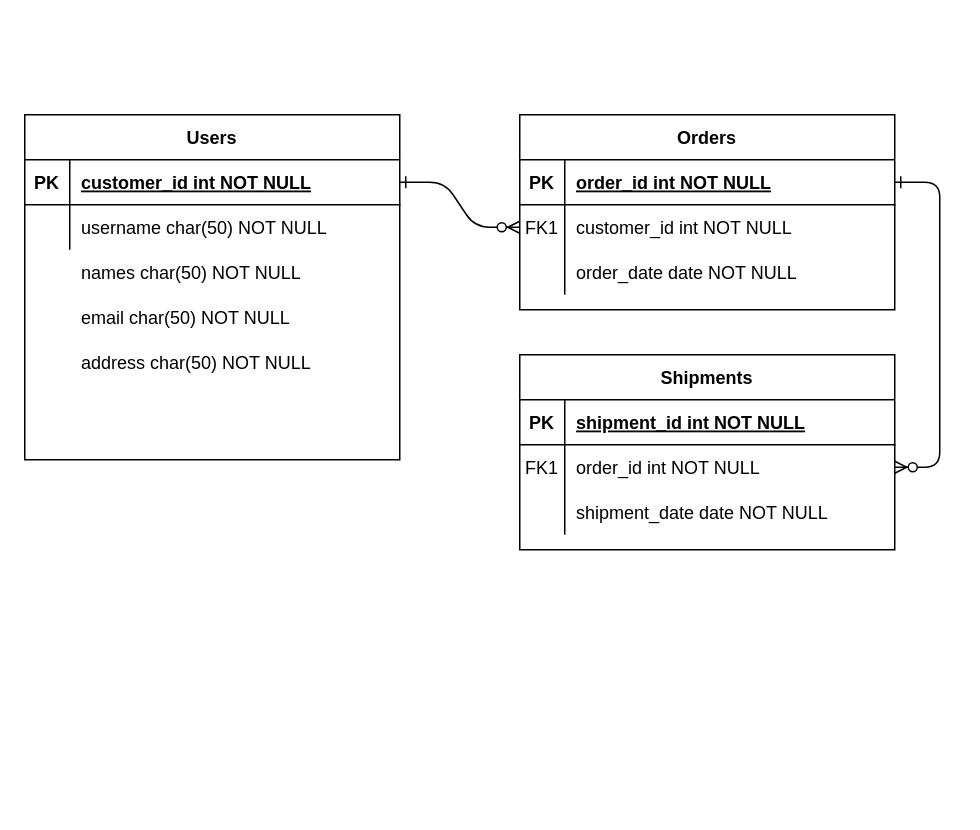
Earlier version of the draw.io diagram models/Untitled Diagram.drawio (alejomartinez8/delilah-resto-api). Source tidied: cells renumbered, new cells numbered last; positions are measured from the earlier drawing's top-left corner, leaving out a move shared by most shapes. Both pictures are drawn from the tidied source at 150%, with x=0, y=0 at pixel (24, 114).
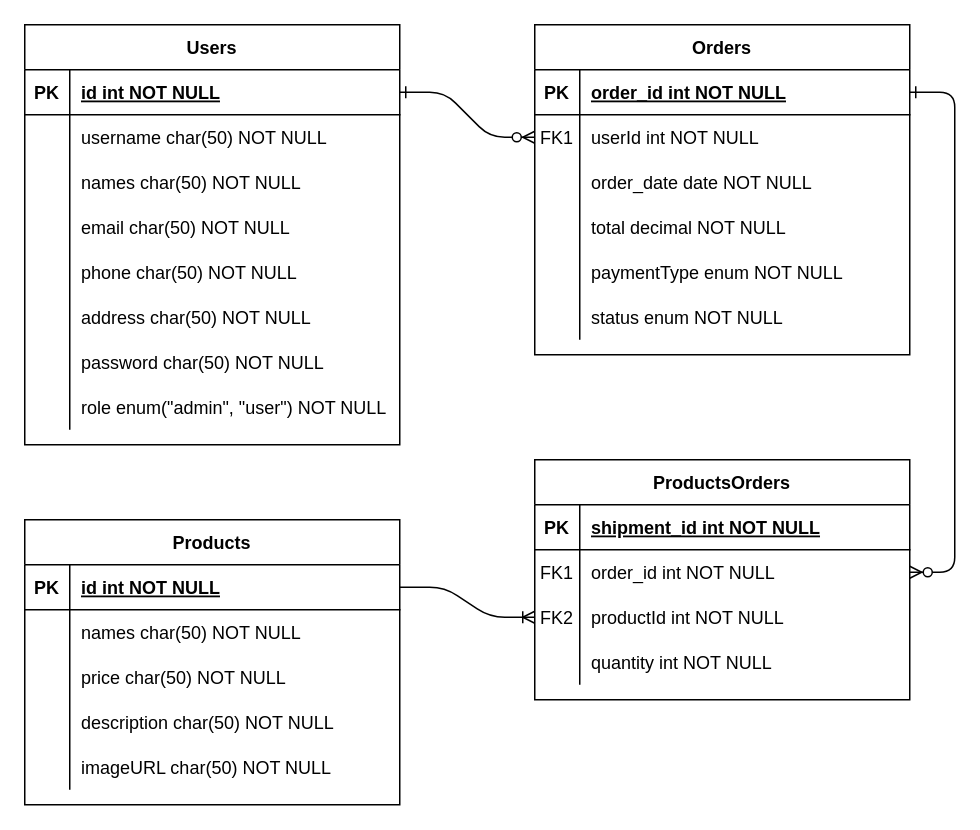
Above is the later version.

Unchanged cells that the change refers to:
```xml
<mxCell id="8" style="shape=partialRectangle;fillColor=none;points=[[0,0.5],[1,0.5]];portConstraint=eastwest;top=0;left=0;right=0;bottom=0;" parent="4" vertex="1">
  <mxGeometry y="60" width="250" height="30" as="geometry" />
</mxCell>
<mxCell id="21" style="shape=partialRectangle;fillColor=none;points=[[0,0.5],[1,0.5]];portConstraint=eastwest;top=0;left=0;right=0;bottom=0;" parent="14" vertex="1">
  <mxGeometry y="90" width="250" height="30" as="geometry" />
</mxCell>
<mxCell id="25" style="shape=partialRectangle;fillColor=none;points=[[0,0.5],[1,0.5]];portConstraint=eastwest;top=0;left=0;right=0;bottom=1;" parent="24" vertex="1">
  <mxGeometry y="30" width="250" height="30" as="geometry" />
</mxCell>
```

The edit, as a diff of the source:
```diff
@@
     <mxCell id="4" value="Orders" style="shape=table;startSize=30;childLayout=tableLayout;rowLines=0;fontStyle=1;align=center;" parent="1" vertex="1">
-      <mxGeometry x="330" width="250" height="130" as="geometry" />
+      <mxGeometry x="340" y="-60" width="250" height="220" as="geometry" />
     </mxCell>
@@
-    <mxCell id="10" value="customer_id int NOT NULL" style="shape=partialRectangle;overflow=hidden;fillColor=none;top=0;left=0;bottom=0;right=0;align=left;spacingLeft=6;" parent="8" vertex="1">
+    <mxCell id="10" value="userId int NOT NULL" style="shape=partialRectangle;overflow=hidden;fillColor=none;top=0;left=0;bottom=0;right=0;align=left;spacingLeft=6;" parent="8" vertex="1">
       <mxGeometry x="30" width="220" height="30" as="geometry" />
     </mxCell>
@@
+    <mxCell id="34" style="shape=partialRectangle;fillColor=none;top=0;left=0;right=0;bottom=0;" parent="4" vertex="1">
+      <mxGeometry y="120" width="250" height="30" as="geometry" />
+    </mxCell>
+    <mxCell id="35" style="shape=partialRectangle;overflow=hidden;fillColor=none;top=0;left=0;bottom=0;right=0;" parent="34" vertex="1">
+      <mxGeometry width="30" height="30" as="geometry" />
+    </mxCell>
+    <mxCell id="36" value="total decimal NOT NULL" style="shape=partialRectangle;overflow=hidden;fillColor=none;top=0;left=0;bottom=0;right=0;align=left;spacingLeft=6;" parent="34" vertex="1">
+      <mxGeometry x="30" width="220" height="30" as="geometry" />
+    </mxCell>
+    <mxCell id="37" style="shape=partialRectangle;fillColor=none;top=0;left=0;right=0;bottom=0;" parent="4" vertex="1">
+      <mxGeometry y="150" width="250" height="30" as="geometry" />
+    </mxCell>
+    <mxCell id="38" style="shape=partialRectangle;overflow=hidden;fillColor=none;top=0;left=0;bottom=0;right=0;" parent="37" vertex="1">
+      <mxGeometry width="30" height="30" as="geometry" />
+    </mxCell>
+    <mxCell id="39" value="paymentType enum NOT NULL" style="shape=partialRectangle;overflow=hidden;fillColor=none;top=0;left=0;bottom=0;right=0;align=left;spacingLeft=6;" parent="37" vertex="1">
+      <mxGeometry x="30" width="220" height="30" as="geometry" />
+    </mxCell>
+    <mxCell id="40" style="shape=partialRectangle;fillColor=none;top=0;left=0;right=0;bottom=0;" parent="4" vertex="1">
+      <mxGeometry y="180" width="250" height="30" as="geometry" />
+    </mxCell>
+    <mxCell id="41" style="shape=partialRectangle;overflow=hidden;fillColor=none;top=0;left=0;bottom=0;right=0;" parent="40" vertex="1">
+      <mxGeometry width="30" height="30" as="geometry" />
+    </mxCell>
+    <mxCell id="42" value="status enum NOT NULL" style="shape=partialRectangle;overflow=hidden;fillColor=none;top=0;left=0;bottom=0;right=0;align=left;spacingLeft=6;" parent="40" vertex="1">
+      <mxGeometry x="30" width="220" height="30" as="geometry" />
+    </mxCell>
-    <mxCell id="14" value="Shipments" style="shape=table;startSize=30;childLayout=tableLayout;rowLines=0;fontStyle=1;align=center;" parent="1" vertex="1">
-      <mxGeometry x="330" y="160" width="250" height="130" as="geometry" />
+    <mxCell id="14" value="ProductsOrders" style="shape=table;startSize=30;childLayout=tableLayout;rowLines=0;fontStyle=1;align=center;" parent="1" vertex="1">
+      <mxGeometry x="340" y="230" width="250" height="160" as="geometry" />
     </mxCell>
@@
-    <mxCell id="22" style="shape=partialRectangle;overflow=hidden;fillColor=none;top=0;left=0;bottom=0;right=0;" parent="21" vertex="1">
+    <mxCell id="22" value="FK2" style="shape=partialRectangle;overflow=hidden;fillColor=none;top=0;left=0;bottom=0;right=0;" parent="21" vertex="1">
       <mxGeometry width="30" height="30" as="geometry" />
     </mxCell>
-    <mxCell id="23" value="shipment_date date NOT NULL" style="shape=partialRectangle;overflow=hidden;fillColor=none;top=0;left=0;bottom=0;right=0;align=left;spacingLeft=6;" parent="21" vertex="1">
+    <mxCell id="23" value="productId int NOT NULL" style="shape=partialRectangle;overflow=hidden;fillColor=none;top=0;left=0;bottom=0;right=0;align=left;spacingLeft=6;" parent="21" vertex="1">
       <mxGeometry x="30" width="220" height="30" as="geometry" />
     </mxCell>
+    <mxCell id="43" style="shape=partialRectangle;fillColor=none;top=0;left=0;right=0;bottom=0;" parent="14" vertex="1">
+      <mxGeometry y="120" width="250" height="30" as="geometry" />
+    </mxCell>
+    <mxCell id="44" style="shape=partialRectangle;overflow=hidden;fillColor=none;top=0;left=0;bottom=0;right=0;" parent="43" vertex="1">
+      <mxGeometry width="30" height="30" as="geometry" />
+    </mxCell>
+    <mxCell id="45" value="quantity int NOT NULL" style="shape=partialRectangle;overflow=hidden;fillColor=none;top=0;left=0;bottom=0;right=0;align=left;spacingLeft=6;" parent="43" vertex="1">
+      <mxGeometry x="30" width="220" height="30" as="geometry" />
+    </mxCell>
     <mxCell id="24" value="Users" style="shape=table;startSize=30;childLayout=tableLayout;rowLines=0;fontStyle=1;align=center;" parent="1" vertex="1">
-      <mxGeometry width="250" height="230" as="geometry" />
+      <mxGeometry y="-60" width="250" height="280" as="geometry" />
     </mxCell>
@@
-    <mxCell id="27" value="customer_id int NOT NULL " style="shape=partialRectangle;overflow=hidden;fillColor=none;top=0;left=0;bottom=0;right=0;align=left;spacingLeft=6;fontStyle=5;" parent="25" vertex="1">
+    <mxCell id="27" value="id int NOT NULL " style="shape=partialRectangle;overflow=hidden;fillColor=none;top=0;left=0;bottom=0;right=0;align=left;spacingLeft=6;fontStyle=5;" parent="25" vertex="1">
       <mxGeometry x="30" width="220" height="30" as="geometry" />
     </mxCell>
+    <mxCell id="46" style="shape=partialRectangle;fillColor=none;top=0;left=0;right=0;bottom=0;" parent="24" vertex="1">
+      <mxGeometry y="60" width="250" height="30" as="geometry" />
+    </mxCell>
+    <mxCell id="47" style="shape=partialRectangle;overflow=hidden;fillColor=none;top=0;left=0;bottom=0;right=0;" parent="46" vertex="1">
+      <mxGeometry width="30" height="30" as="geometry" />
+    </mxCell>
+    <mxCell id="48" value="username char(50) NOT NULL" style="shape=partialRectangle;overflow=hidden;fillColor=none;top=0;left=0;bottom=0;right=0;align=left;spacingLeft=6;" parent="46" vertex="1">
+      <mxGeometry x="30" width="220" height="30" as="geometry" />
+    </mxCell>
+    <mxCell id="49" style="shape=partialRectangle;fillColor=none;top=0;left=0;right=0;bottom=0;" parent="24" vertex="1">
+      <mxGeometry y="90" width="250" height="30" as="geometry" />
+    </mxCell>
+    <mxCell id="50" style="shape=partialRectangle;overflow=hidden;fillColor=none;top=0;left=0;bottom=0;right=0;" parent="49" vertex="1">
+      <mxGeometry width="30" height="30" as="geometry" />
+    </mxCell>
+    <mxCell id="51" value="names char(50) NOT NULL" style="shape=partialRectangle;overflow=hidden;fillColor=none;top=0;left=0;bottom=0;right=0;align=left;spacingLeft=6;" parent="49" vertex="1">
+      <mxGeometry x="30" width="220" height="30" as="geometry" />
+    </mxCell>
+    <mxCell id="52" style="shape=partialRectangle;fillColor=none;top=0;left=0;right=0;bottom=0;" parent="24" vertex="1">
+      <mxGeometry y="120" width="250" height="30" as="geometry" />
+    </mxCell>
+    <mxCell id="53" style="shape=partialRectangle;overflow=hidden;fillColor=none;top=0;left=0;bottom=0;right=0;" parent="52" vertex="1">
+      <mxGeometry width="30" height="30" as="geometry" />
+    </mxCell>
+    <mxCell id="32" value="email char(50) NOT NULL" style="shape=partialRectangle;overflow=hidden;fillColor=none;top=0;left=0;bottom=0;right=0;align=left;spacingLeft=6;" parent="52" vertex="1">
+      <mxGeometry x="30" width="220" height="30" as="geometry" />
+    </mxCell>
+    <mxCell id="54" style="shape=partialRectangle;fillColor=none;top=0;left=0;right=0;bottom=0;" parent="24" vertex="1">
+      <mxGeometry y="150" width="250" height="30" as="geometry" />
+    </mxCell>
+    <mxCell id="55" style="shape=partialRectangle;overflow=hidden;fillColor=none;top=0;left=0;bottom=0;right=0;" parent="54" vertex="1">
+      <mxGeometry width="30" height="30" as="geometry" />
+    </mxCell>
+    <mxCell id="56" value="phone char(50) NOT NULL" style="shape=partialRectangle;overflow=hidden;fillColor=none;top=0;left=0;bottom=0;right=0;align=left;spacingLeft=6;" parent="54" vertex="1">
+      <mxGeometry x="30" width="220" height="30" as="geometry" />
+    </mxCell>
+    <mxCell id="57" style="shape=partialRectangle;fillColor=none;top=0;left=0;right=0;bottom=0;" parent="24" vertex="1">
+      <mxGeometry y="180" width="250" height="30" as="geometry" />
+    </mxCell>
+    <mxCell id="58" style="shape=partialRectangle;overflow=hidden;fillColor=none;top=0;left=0;bottom=0;right=0;" parent="57" vertex="1">
+      <mxGeometry width="30" height="30" as="geometry" />
+    </mxCell>
+    <mxCell id="33" value="address char(50) NOT NULL" style="shape=partialRectangle;overflow=hidden;fillColor=none;top=0;left=0;bottom=0;right=0;align=left;spacingLeft=6;" parent="57" vertex="1">
+      <mxGeometry x="30" width="220" height="30" as="geometry" />
+    </mxCell>
+    <mxCell id="59" style="shape=partialRectangle;fillColor=none;top=0;left=0;right=0;bottom=0;" parent="24" vertex="1">
+      <mxGeometry y="210" width="250" height="30" as="geometry" />
+    </mxCell>
+    <mxCell id="60" style="shape=partialRectangle;overflow=hidden;fillColor=none;top=0;left=0;bottom=0;right=0;" parent="59" vertex="1">
+      <mxGeometry width="30" height="30" as="geometry" />
+    </mxCell>
+    <mxCell id="61" value="password char(50) NOT NULL" style="shape=partialRectangle;overflow=hidden;fillColor=none;top=0;left=0;bottom=0;right=0;align=left;spacingLeft=6;" parent="59" vertex="1">
+      <mxGeometry x="30" width="220" height="30" as="geometry" />
+    </mxCell>
     <mxCell id="28" style="shape=partialRectangle;fillColor=none;top=0;left=0;right=0;bottom=0;" parent="24" vertex="1">
-      <mxGeometry y="60" width="250" height="30" as="geometry" />
+      <mxGeometry y="240" width="250" height="30" as="geometry" />
     </mxCell>
@@
-    <mxCell id="30" value="username char(50) NOT NULL" style="shape=partialRectangle;overflow=hidden;fillColor=none;top=0;left=0;bottom=0;right=0;align=left;spacingLeft=6;" parent="28" vertex="1">
+    <mxCell id="30" value="role enum(&quot;admin&quot;, &quot;user&quot;) NOT NULL" style="shape=partialRectangle;overflow=hidden;fillColor=none;top=0;left=0;bottom=0;right=0;align=left;spacingLeft=6;" parent="28" vertex="1">
       <mxGeometry x="30" width="220" height="30" as="geometry" />
     </mxCell>
-    <mxCell id="31" value="names char(50) NOT NULL" style="shape=partialRectangle;overflow=hidden;fillColor=none;top=0;left=0;bottom=0;right=0;align=left;spacingLeft=6;" parent="1" vertex="1">
-      <mxGeometry x="30" y="90" width="220" height="30" as="geometry" />
-    </mxCell>
-    <mxCell id="32" value="email char(50) NOT NULL" style="shape=partialRectangle;overflow=hidden;fillColor=none;top=0;left=0;bottom=0;right=0;align=left;spacingLeft=6;" parent="1" vertex="1">
-      <mxGeometry x="30" y="120" width="220" height="30" as="geometry" />
-    </mxCell>
-    <mxCell id="33" value="address char(50) NOT NULL" style="shape=partialRectangle;overflow=hidden;fillColor=none;top=0;left=0;bottom=0;right=0;align=left;spacingLeft=6;" parent="1" vertex="1">
-      <mxGeometry x="30" y="150" width="220" height="30" as="geometry" />
-    </mxCell>
+    <mxCell id="62" value="Products" style="shape=table;startSize=30;childLayout=tableLayout;rowLines=0;fontStyle=1;align=center;" parent="1" vertex="1">
+      <mxGeometry y="270" width="250" height="190" as="geometry" />
+    </mxCell>
+    <mxCell id="63" style="shape=partialRectangle;fillColor=none;points=[[0,0.5],[1,0.5]];portConstraint=eastwest;top=0;left=0;right=0;bottom=1;" parent="62" vertex="1">
+      <mxGeometry y="30" width="250" height="30" as="geometry" />
+    </mxCell>
+    <mxCell id="64" value="PK" style="shape=partialRectangle;overflow=hidden;fillColor=none;top=0;left=0;bottom=0;right=0;fontStyle=1;" parent="63" vertex="1">
+      <mxGeometry width="30" height="30" as="geometry" />
+    </mxCell>
+    <mxCell id="65" value="id int NOT NULL " style="shape=partialRectangle;overflow=hidden;fillColor=none;top=0;left=0;bottom=0;right=0;align=left;spacingLeft=6;fontStyle=5;" parent="63" vertex="1">
+      <mxGeometry x="30" width="220" height="30" as="geometry" />
+    </mxCell>
+    <mxCell id="66" style="shape=partialRectangle;fillColor=none;top=0;left=0;right=0;bottom=0;" parent="62" vertex="1">
+      <mxGeometry y="60" width="250" height="30" as="geometry" />
+    </mxCell>
+    <mxCell id="67" style="shape=partialRectangle;overflow=hidden;fillColor=none;top=0;left=0;bottom=0;right=0;" parent="66" vertex="1">
+      <mxGeometry width="30" height="30" as="geometry" />
+    </mxCell>
+    <mxCell id="68" value="names char(50) NOT NULL" style="shape=partialRectangle;overflow=hidden;fillColor=none;top=0;left=0;bottom=0;right=0;align=left;spacingLeft=6;" parent="66" vertex="1">
+      <mxGeometry x="30" width="220" height="30" as="geometry" />
+    </mxCell>
+    <mxCell id="69" style="shape=partialRectangle;fillColor=none;top=0;left=0;right=0;bottom=0;" parent="62" vertex="1">
+      <mxGeometry y="90" width="250" height="30" as="geometry" />
+    </mxCell>
+    <mxCell id="70" style="shape=partialRectangle;overflow=hidden;fillColor=none;top=0;left=0;bottom=0;right=0;" parent="69" vertex="1">
+      <mxGeometry width="30" height="30" as="geometry" />
+    </mxCell>
+    <mxCell id="71" value="price char(50) NOT NULL" style="shape=partialRectangle;overflow=hidden;fillColor=none;top=0;left=0;bottom=0;right=0;align=left;spacingLeft=6;" parent="69" vertex="1">
+      <mxGeometry x="30" width="220" height="30" as="geometry" />
+    </mxCell>
+    <mxCell id="72" style="shape=partialRectangle;fillColor=none;top=0;left=0;right=0;bottom=0;" parent="62" vertex="1">
+      <mxGeometry y="120" width="250" height="30" as="geometry" />
+    </mxCell>
+    <mxCell id="73" style="shape=partialRectangle;overflow=hidden;fillColor=none;top=0;left=0;bottom=0;right=0;" parent="72" vertex="1">
+      <mxGeometry width="30" height="30" as="geometry" />
+    </mxCell>
+    <mxCell id="74" value="description char(50) NOT NULL" style="shape=partialRectangle;overflow=hidden;fillColor=none;top=0;left=0;bottom=0;right=0;align=left;spacingLeft=6;" parent="72" vertex="1">
+      <mxGeometry x="30" width="220" height="30" as="geometry" />
+    </mxCell>
+    <mxCell id="75" style="shape=partialRectangle;fillColor=none;top=0;left=0;right=0;bottom=0;" parent="62" vertex="1">
+      <mxGeometry y="150" width="250" height="30" as="geometry" />
+    </mxCell>
+    <mxCell id="76" style="shape=partialRectangle;overflow=hidden;fillColor=none;top=0;left=0;bottom=0;right=0;" parent="75" vertex="1">
+      <mxGeometry width="30" height="30" as="geometry" />
+    </mxCell>
+    <mxCell id="77" value="imageURL char(50) NOT NULL" style="shape=partialRectangle;overflow=hidden;fillColor=none;top=0;left=0;bottom=0;right=0;align=left;spacingLeft=6;" parent="75" vertex="1">
+      <mxGeometry x="30" width="220" height="30" as="geometry" />
+    </mxCell>
+    <mxCell id="78" style="edgeStyle=entityRelationEdgeStyle;fontSize=12;html=1;endArrow=ERoneToMany;exitX=1;exitY=0.5;exitDx=0;exitDy=0;" parent="1" edge="1" source="63" target="21">
+      <mxGeometry relative="1" as="geometry" />
+    </mxCell>
```
